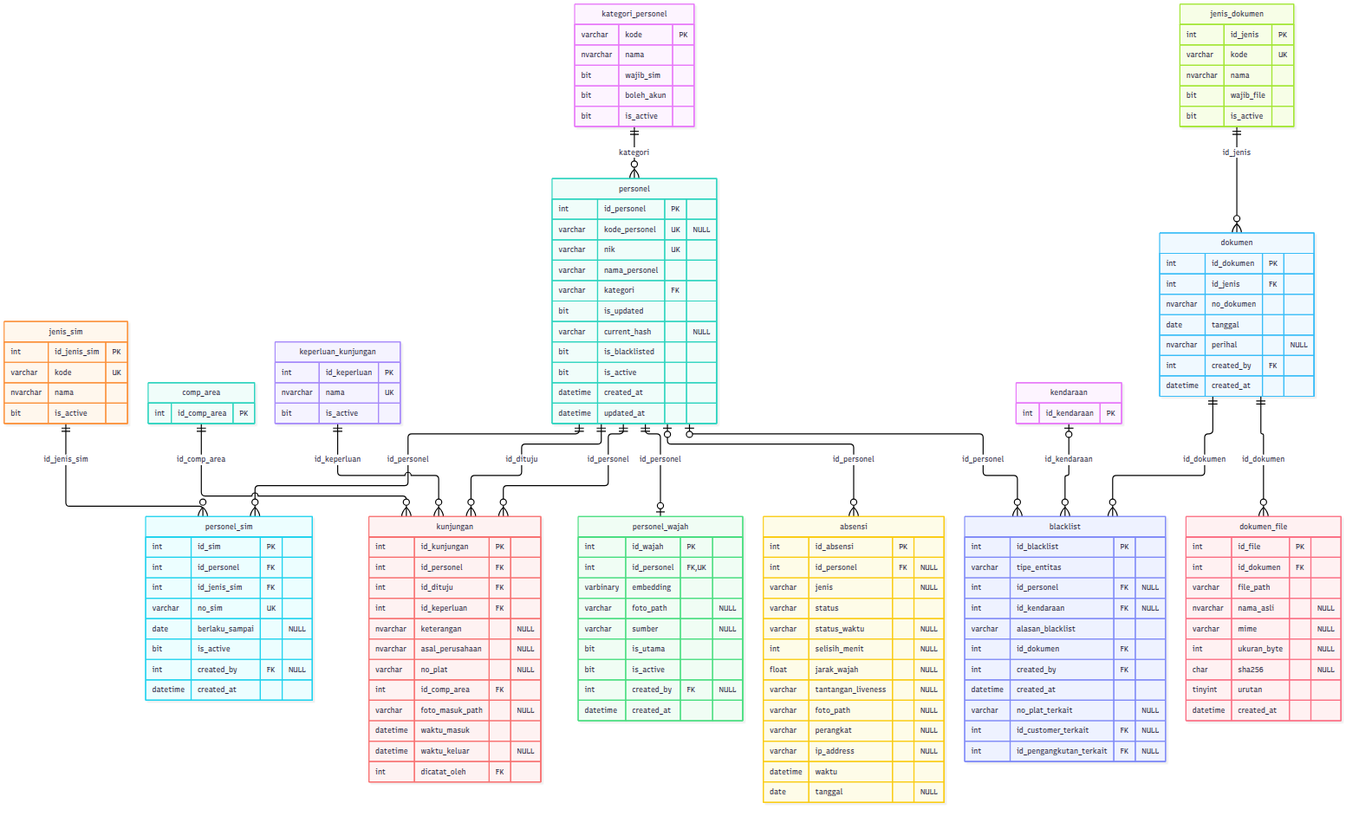
Above: docs/erd/02_personel_dokumen.png in aetheriin/timbangan_sawit_v2 (Mermaid), before the change. Its source is kept beside it as docs/erd/02_personel_dokumen.mmd.
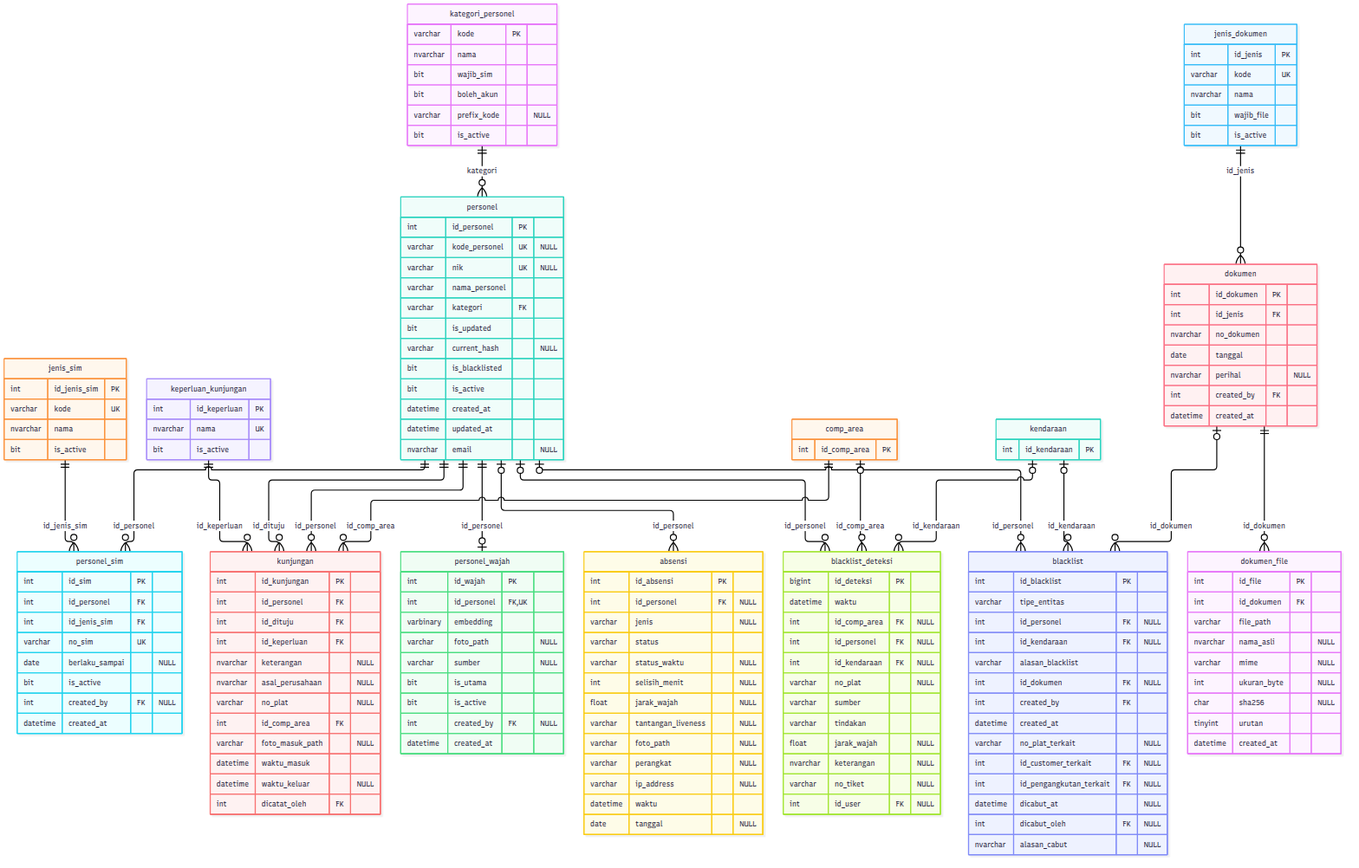
Above is the later version.

What changed in the source:
```diff
@@ -4,12 +4,13 @@
         nvarchar nama
         bit wajib_sim
         bit boleh_akun
+        varchar prefix_kode "NULL"
         bit is_active
     }
     personel {
         int id_personel PK
         varchar kode_personel UK "NULL"
-        varchar nik UK
+        varchar nik UK "NULL"
         varchar nama_personel
         varchar kategori FK
         bit is_updated
@@ -18,6 +19,7 @@
         bit is_active
         datetime created_at
         datetime updated_at
+        nvarchar email "NULL"
     }
     jenis_sim {
         int id_jenis_sim PK
@@ -86,12 +88,29 @@
         int id_personel FK "NULL"
         int id_kendaraan FK "NULL"
         varchar alasan_blacklist
-        int id_dokumen FK
+        int id_dokumen FK "NULL"
         int created_by FK
         datetime created_at
         varchar no_plat_terkait "NULL"
         int id_customer_terkait FK "NULL"
         int id_pengangkutan_terkait FK "NULL"
+        datetime dicabut_at "NULL"
+        int dicabut_oleh FK "NULL"
+        nvarchar alasan_cabut "NULL"
+    }
+    blacklist_deteksi {
+        bigint id_deteksi PK
+        datetime waktu
+        int id_comp_area FK "NULL"
+        int id_personel FK "NULL"
+        int id_kendaraan FK "NULL"
+        varchar no_plat "NULL"
+        varchar sumber
+        varchar tindakan
+        float jarak_wajah "NULL"
+        nvarchar keterangan "NULL"
+        varchar no_tiket "NULL"
+        int id_user FK "NULL"
     }
     jenis_dokumen {
         int id_jenis PK
@@ -127,9 +146,12 @@
         int id_comp_area PK
     }
     personel |o--o{ absensi : "id_personel"
-    dokumen ||--o{ blacklist : "id_dokumen"
+    dokumen |o--o{ blacklist : "id_dokumen"
     kendaraan |o--o{ blacklist : "id_kendaraan"
     personel |o--o{ blacklist : "id_personel"
+    comp_area |o--o{ blacklist_deteksi : "id_comp_area"
+    kendaraan |o--o{ blacklist_deteksi : "id_kendaraan"
+    personel |o--o{ blacklist_deteksi : "id_personel"
     jenis_dokumen ||--o{ dokumen : "id_jenis"
     dokumen ||--o{ dokumen_file : "id_dokumen"
     comp_area ||--o{ kunjungan : "id_comp_area"
```
